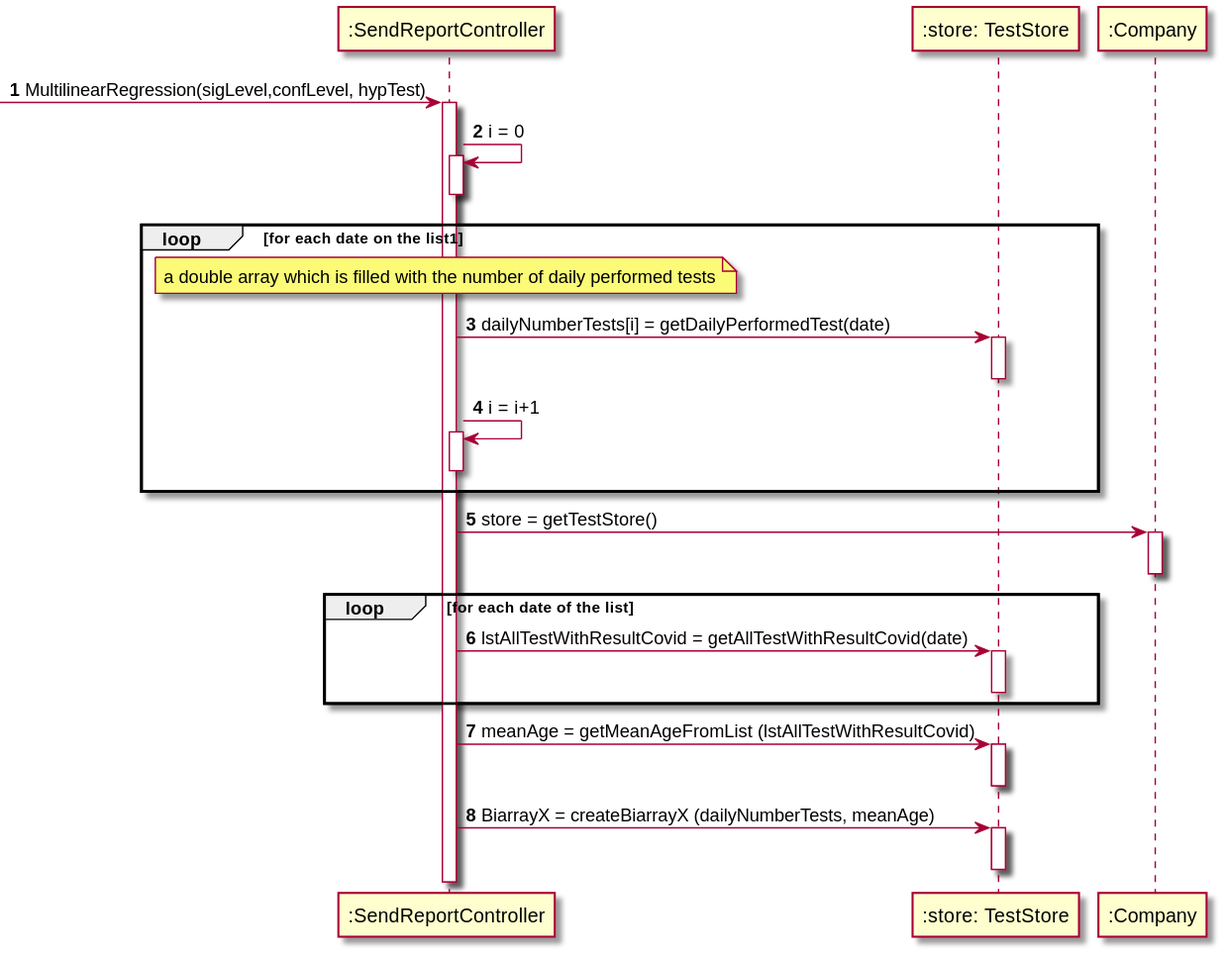
Above: docs/SprintD/US18/US18-SD_MultilinearRegression.svg in 0franciscor/lei-21-s2-1de-g19 (PlantUML), before the change. The source it was exported from:
```plantuml
@startuml

autonumber

 -> ":SendReportController" : MultilinearRegression(sigLevel,confLevel, hypTest)
activate ":SendReportController"


":SendReportController" -> ":SendReportController" : i = 0
activate ":SendReportController"
deactivate ":SendReportController"

loop for each date on the list1
note over ":SendReportController" : a double array which is filled with the number of daily performed tests
":SendReportController" -> ":store: TestStore" : dailyNumberTests[i] = getDailyPerformedTest(date)
activate ":store: TestStore"
deactivate ":store: TestStore"


":SendReportController" -> ":SendReportController" ++: i = i+1
deactivate ":SendReportController"
end


":SendReportController" -> ":Company" : store = getTestStore()
activate ":Company"
deactivate

loop for each date of the list
":SendReportController" -> ":store: TestStore" : lstAllTestWithResultCovid = getAllTestWithResultCovid(date)
activate ":store: TestStore"
deactivate ":store: TestStore"
end



":SendReportController" -> ":store: TestStore" : meanAge = getMeanAgeFromList (lstAllTestWithResultCovid)
activate ":store: TestStore"
deactivate ":store: TestStore"

":SendReportController" -> ":store: TestStore" : BiarrayX = createBiarrayX (dailyNumberTests, meanAge)
activate ":store: TestStore"
deactivate ":store: TestStore"
@enduml
```
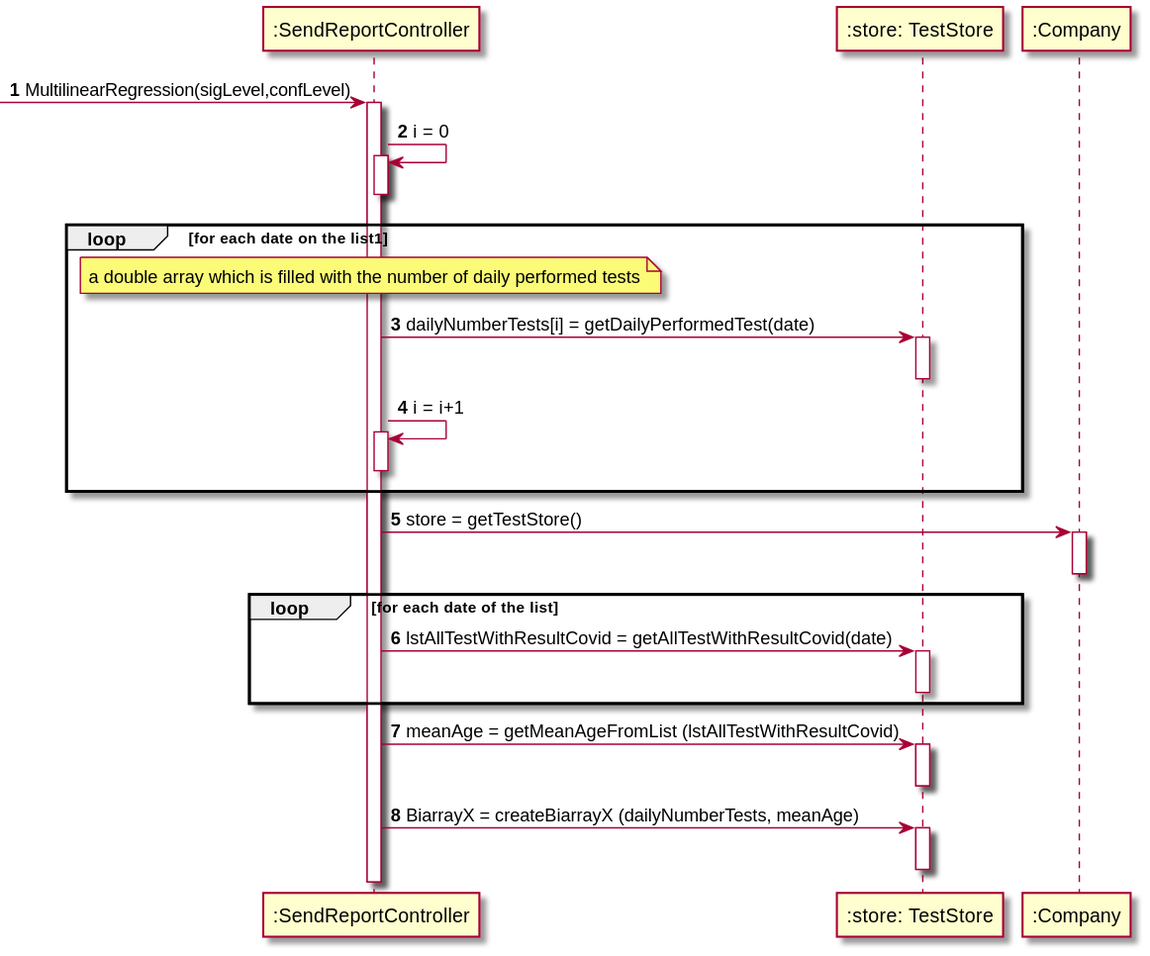
After the change.

Change to the diagram source:
```diff
@@ -2,7 +2,7 @@
 
 autonumber
 
- -> ":SendReportController" : MultilinearRegression(sigLevel,confLevel, hypTest)
+ -> ":SendReportController" : MultilinearRegression(sigLevel,confLevel)
 activate ":SendReportController"
 
 
```
